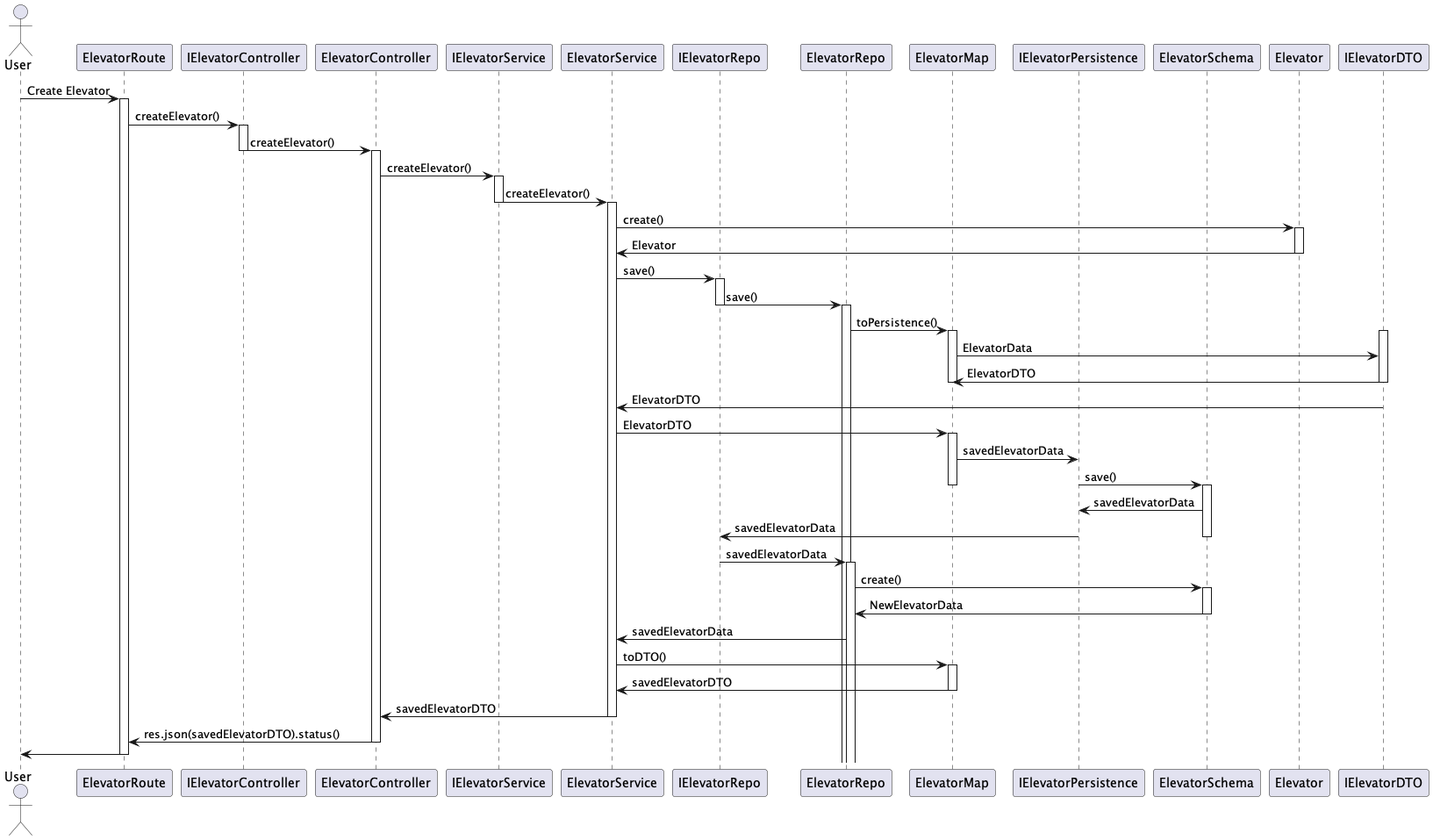
Above: docs/1210818/US290/VistaProcesso3.png in ManuelS2610/sem5pi2324 (PlantUML), before the change.
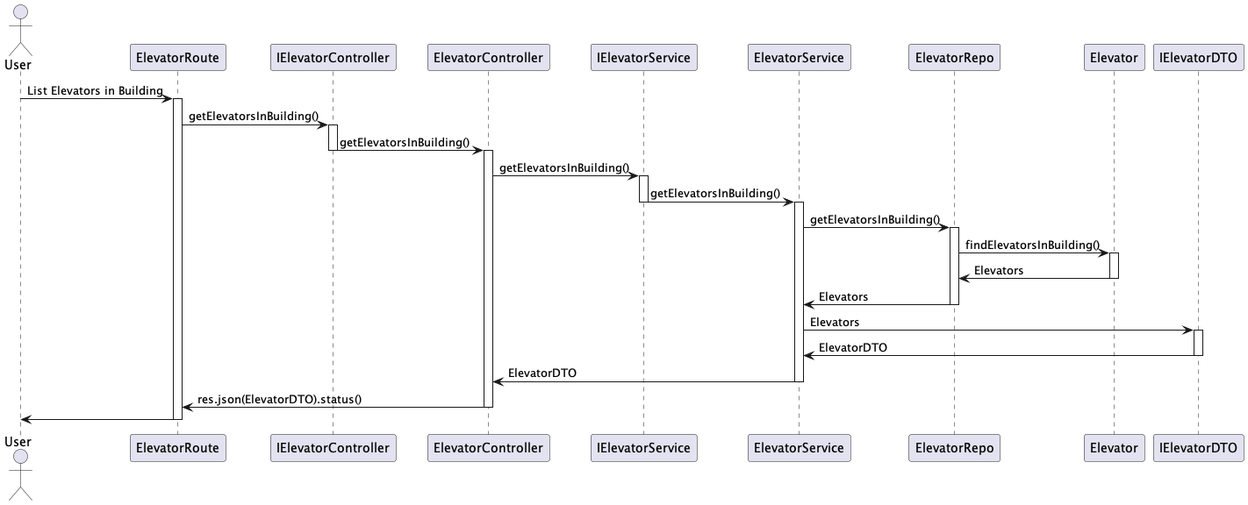
The same file after the commit.

The edit, as a diff of the source:
```diff
@@ -8,67 +8,37 @@
 participant ElevatorController
 participant IElevatorService
 participant ElevatorService
-participant IElevatorRepo
 participant ElevatorRepo
-participant ElevatorMap
-participant IElevatorPersistence
-participant ElevatorSchema
 participant Elevator
 participant IElevatorDTO
 
-User -> ElevatorRoute: Create Elevator
+User -> ElevatorRoute: List Elevators in Building
 activate ElevatorRoute
-ElevatorRoute -> IElevatorController : createElevator()
+ElevatorRoute -> IElevatorController : getElevatorsInBuilding()
 activate IElevatorController
-IElevatorController -> ElevatorController : createElevator()
+IElevatorController -> ElevatorController : getElevatorsInBuilding()
 deactivate IElevatorController
 activate ElevatorController
-ElevatorController -> IElevatorService : createElevator()
+ElevatorController -> IElevatorService : getElevatorsInBuilding()
 activate IElevatorService
-IElevatorService -> ElevatorService : createElevator()
+IElevatorService -> ElevatorService : getElevatorsInBuilding()
 deactivate IElevatorService
 activate ElevatorService
-ElevatorService -> Elevator : create()
+ElevatorService -> ElevatorRepo : getElevatorsInBuilding()
+activate ElevatorRepo
+ElevatorRepo -> Elevator : findElevatorsInBuilding()
 activate Elevator
-Elevator -> ElevatorService : Elevator
+Elevator -> ElevatorRepo : Elevators
 deactivate Elevator
-ElevatorService -> IElevatorRepo: save()
-activate IElevatorRepo
-IElevatorRepo -> ElevatorRepo : save()
-deactivate IElevatorRepo
-activate ElevatorRepo
-ElevatorRepo -> ElevatorMap : toPersistence()
-activate ElevatorMap
+ElevatorRepo -> ElevatorService : Elevators
+deactivate ElevatorRepo
+ElevatorService -> IElevatorDTO : Elevators
 activate IElevatorDTO
-ElevatorMap -> IElevatorDTO : ElevatorData
-IElevatorDTO -> ElevatorMap : ElevatorDTO
+IElevatorDTO -> ElevatorService : ElevatorDTO
 deactivate IElevatorDTO
-deactivate ElevatorMap
-IElevatorDTO -> ElevatorService : ElevatorDTO
-ElevatorService -> ElevatorMap : ElevatorDTO
-activate ElevatorMap
-ElevatorMap -> IElevatorPersistence : savedElevatorData
-IElevatorPersistence -> ElevatorSchema : save()
-deactivate ElevatorMap
-activate ElevatorSchema
-ElevatorSchema -> IElevatorPersistence : savedElevatorData
-IElevatorPersistence -> IElevatorRepo : savedElevatorData
-deactivate ElevatorSchema
-IElevatorRepo -> ElevatorRepo : savedElevatorData
-deactivate IElevatorRepo
-activate ElevatorRepo
-ElevatorRepo -> ElevatorSchema: create()
-activate ElevatorSchema
-ElevatorSchema -> ElevatorRepo : NewElevatorData
-deactivate ElevatorSchema
-ElevatorRepo -> ElevatorService: savedElevatorData
-ElevatorService -> ElevatorMap : toDTO()
-activate ElevatorMap
-ElevatorMap -> ElevatorService : savedElevatorDTO
-deactivate ElevatorMap
-ElevatorService -> ElevatorController : savedElevatorDTO
+ElevatorService -> ElevatorController : ElevatorDTO
 deactivate ElevatorService
-ElevatorController -> ElevatorRoute : res.json(savedElevatorDTO).status()
+ElevatorController -> ElevatorRoute : res.json(ElevatorDTO).status()
 deactivate ElevatorController
 ElevatorRoute -> User
 deactivate ElevatorRoute
```
